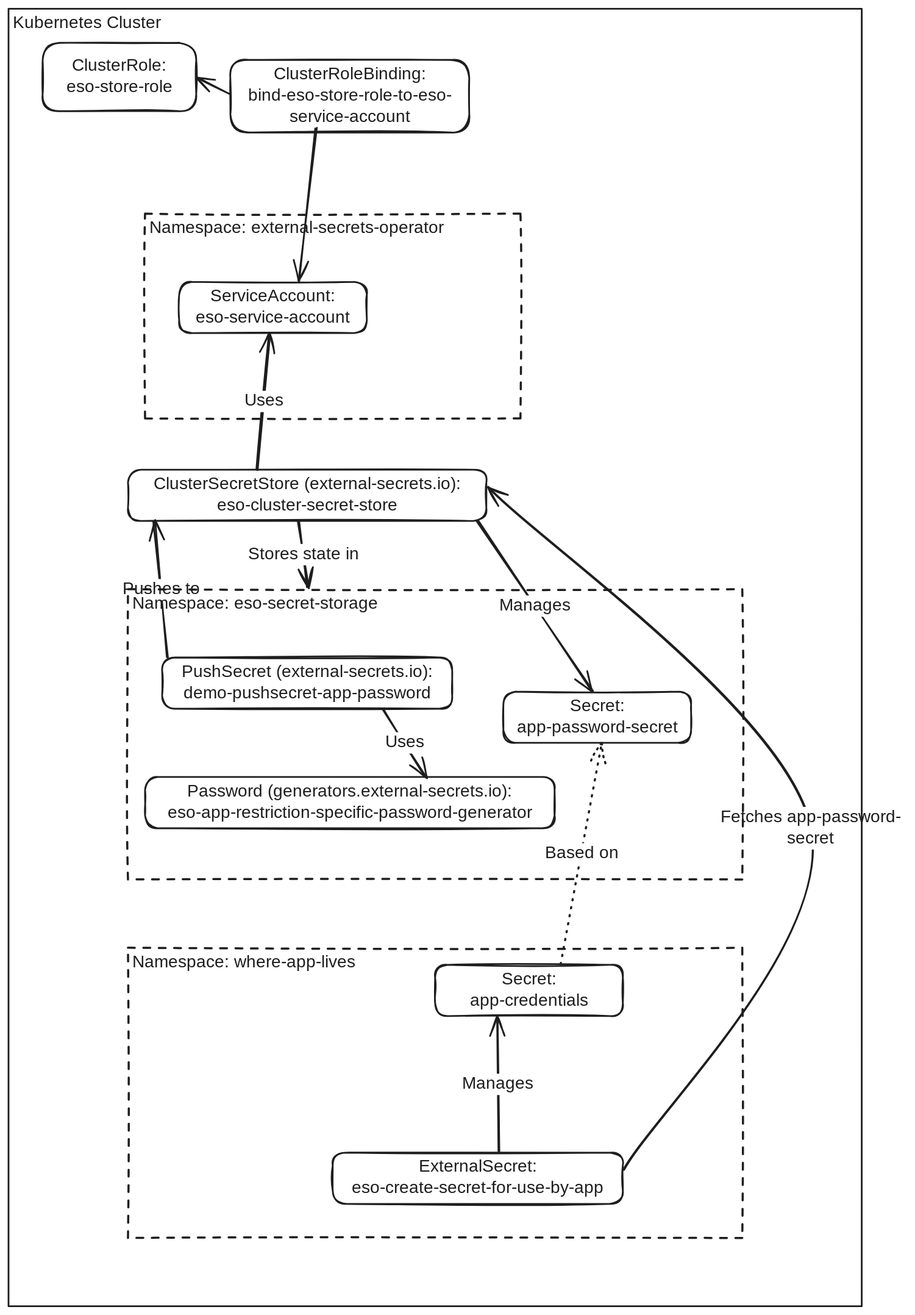
This is BlogPosts/DynamicSecretsUsingExternalSecretsOperator/EsoInClusterSecrets.excalidraw.svg from NorskHelsenett/DevBlog, a Excalidraw export, as it was before one commit. Source tidied: one line per element, renumbered; positions are measured from the earlier drawing's top-left corner, leaving out a move shared by most shapes.
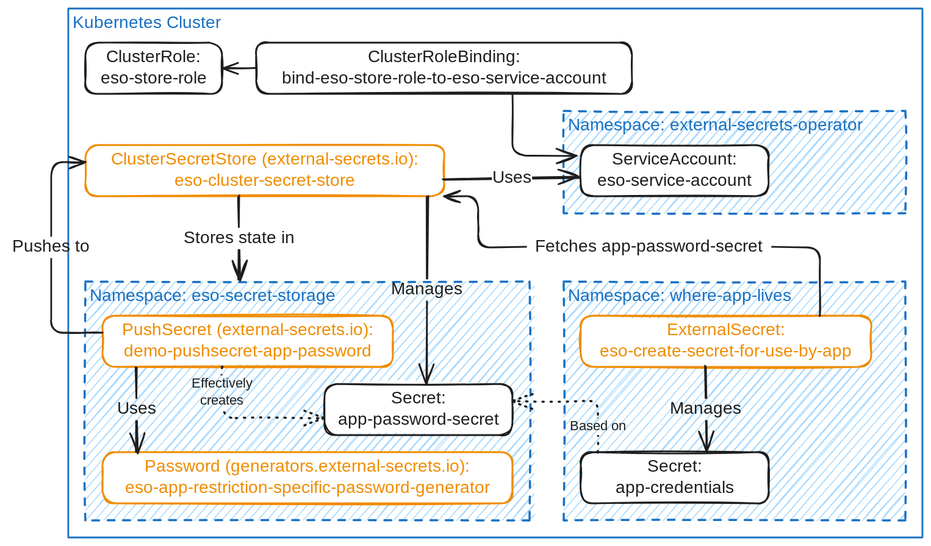
After the change.

Commit message:
BlogPost DynamicSecrets: finalize illustration

The edit, as a diff of the source:
```diff
@@ -1,44 +1,46 @@
-{"id": 0, "type": "rectangle", "strokeColor": "#1e1e1e", "strokeWidth": 2, "roughness": 1, "x": 0, "y": 0, "width": 1000, "height": 1520}
+{"id": 0, "type": "rectangle", "strokeColor": "#1971c2", "strokeWidth": 2, "roughness": 1, "x": 20, "y": 60, "width": 1000, "height": 620}
-{"id": 1, "type": "text", "text": "Kubernetes Cluster", "strokeColor": "#1e1e1e", "strokeWidth": 2, "roughness": 1, "fontSize": 20, "fontFamily": 5, "inside": 0, "x": 5, "y": 5, "width": 184, "height": 25}
+{"id": 1, "type": "text", "text": "Kubernetes Cluster", "strokeColor": "#1971c2", "strokeWidth": 2, "roughness": 1, "fontSize": 20, "fontFamily": 5, "inside": 0, "x": 25, "y": 65, "width": 184, "height": 25}
-{"id": 2, "type": "rectangle", "strokeColor": "#1e1e1e", "strokeWidth": 2, "roughness": 1, "round": true, "x": 40, "y": 40, "width": 180, "height": 80}
+{"id": 2, "type": "rectangle", "strokeColor": "#1e1e1e", "backgroundColor": "#ffffff", "fillStyle": "solid", "strokeWidth": 2, "roughness": 1, "round": true, "x": 40, "y": 100, "width": 160, "height": 60}
-{"id": 3, "type": "text", "text": "ClusterRole:\neso-store-role", "strokeColor": "#1e1e1e", "strokeWidth": 2, "roughness": 1, "fontSize": 20, "fontFamily": 5, "textAlign": "center", "verticalAlign": "middle", "inside": 2, "x": 61, "y": 55, "width": 138, "height": 50}
+{"id": 3, "type": "text", "text": "ClusterRole:\neso-store-role", "strokeColor": "#1e1e1e", "strokeWidth": 2, "roughness": 1, "fontSize": 20, "fontFamily": 5, "textAlign": "center", "verticalAlign": "middle", "inside": 2, "x": 51, "y": 105, "width": 138, "height": 50}
-{"id": 4, "type": "rectangle", "strokeColor": "#1e1e1e", "strokeWidth": 2, "strokeStyle": "dashed", "roughness": 1, "x": 160, "y": 240, "width": 440, "height": 240}
+{"id": 4, "type": "rectangle", "strokeColor": "#1971c2", "backgroundColor": "#a5d8ff", "fillStyle": "hachure", "strokeWidth": 2, "strokeStyle": "dashed", "roughness": 1, "x": 600, "y": 180, "width": 400, "height": 120}
-{"id": 5, "type": "text", "text": "Namespace: external-secrets-operator", "strokeColor": "#1e1e1e", "strokeWidth": 2, "roughness": 1, "fontSize": 20, "fontFamily": 5, "inside": 4, "x": 165, "y": 245, "width": 366, "height": 25}
+{"id": 5, "type": "text", "text": "Namespace: external-secrets-operator", "strokeColor": "#1971c2", "strokeWidth": 2, "roughness": 1, "fontSize": 20, "fontFamily": 5, "inside": 4, "x": 605, "y": 185, "width": 366, "height": 25}
-{"id": 6, "type": "rectangle", "strokeColor": "#1e1e1e", "strokeWidth": 2, "roughness": 1, "round": true, "x": 200, "y": 320, "width": 220, "height": 60}
+{"id": 6, "type": "rectangle", "strokeColor": "#1e1e1e", "backgroundColor": "#ffffff", "fillStyle": "solid", "strokeWidth": 2, "roughness": 1, "round": true, "x": 620, "y": 220, "width": 220, "height": 60}
-{"id": 7, "type": "text", "text": "ServiceAccount:\neso-service-account", "strokeColor": "#1e1e1e", "strokeWidth": 2, "roughness": 1, "fontSize": 20, "fontFamily": 5, "textAlign": "center", "verticalAlign": "middle", "inside": 6, "x": 214, "y": 325, "width": 192, "height": 50}
+{"id": 7, "type": "text", "text": "ServiceAccount:\neso-service-account", "strokeColor": "#1e1e1e", "strokeWidth": 2, "roughness": 1, "fontSize": 20, "fontFamily": 5, "textAlign": "center", "verticalAlign": "middle", "inside": 6, "x": 634, "y": 225, "width": 192, "height": 50}
-{"id": 8, "type": "rectangle", "strokeColor": "#1e1e1e", "strokeWidth": 2, "roughness": 1, "round": true, "x": 260, "y": 60, "width": 280, "height": 85}
+{"id": 8, "type": "rectangle", "strokeColor": "#1e1e1e", "backgroundColor": "#ffffff", "fillStyle": "solid", "strokeWidth": 2, "roughness": 1, "round": true, "x": 240, "y": 100, "width": 440, "height": 60}
-{"id": 9, "type": "text", "text": "ClusterRoleBinding:\nbind-eso-store-role-to-eso-\nservice-account", "strokeColor": "#1e1e1e", "strokeWidth": 2, "roughness": 1, "fontSize": 20, "fontFamily": 5, "textAlign": "center", "verticalAlign": "middle", "inside": 8, "x": 267, "y": 65, "width": 266, "height": 75}
+{"id": 9, "type": "text", "text": "ClusterRoleBinding:\nbind-eso-store-role-to-eso-service-account", "strokeColor": "#1e1e1e", "strokeWidth": 2, "roughness": 1, "fontSize": 20, "fontFamily": 5, "textAlign": "center", "verticalAlign": "middle", "inside": 8, "x": 252, "y": 105, "width": 417, "height": 50}
+{"id": 12, "type": "rectangle", "strokeColor": "#1971c2", "backgroundColor": "#a5d8ff", "fillStyle": "hachure", "strokeWidth": 2, "strokeStyle": "dashed", "roughness": 1, "x": 40, "y": 380, "width": 520, "height": 280}
+{"id": 13, "type": "text", "text": "Namespace: eso-secret-storage", "strokeColor": "#1971c2", "strokeWidth": 2, "roughness": 1, "fontSize": 20, "fontFamily": 5, "inside": 12, "x": 45, "y": 385, "width": 301, "height": 25}
-{"id": 10, "type": "rectangle", "strokeColor": "#1e1e1e", "strokeWidth": 2, "roughness": 1, "round": true, "x": 140, "y": 540, "width": 420, "height": 60}
+{"id": 10, "type": "rectangle", "strokeColor": "#f08c00", "backgroundColor": "#ffffff", "fillStyle": "solid", "strokeWidth": 2, "roughness": 1, "round": true, "x": 40, "y": 220, "width": 420, "height": 60}
-{"id": 11, "type": "text", "text": "ClusterSecretStore (external-secrets.io):\neso-cluster-secret-store", "strokeColor": "#1e1e1e", "strokeWidth": 2, "roughness": 1, "fontSize": 20, "fontFamily": 5, "textAlign": "center", "verticalAlign": "middle", "inside": 10, "x": 151, "y": 545, "width": 398, "height": 50}
+{"id": 11, "type": "text", "text": "ClusterSecretStore (external-secrets.io):\neso-cluster-secret-store", "strokeColor": "#f08c00", "strokeWidth": 2, "roughness": 1, "fontSize": 20, "fontFamily": 5, "textAlign": "center", "verticalAlign": "middle", "inside": 10, "x": 51, "y": 225, "width": 398, "height": 50}
-{"id": 12, "type": "rectangle", "strokeColor": "#1e1e1e", "strokeWidth": 2, "strokeStyle": "dashed", "roughness": 1, "x": 140, "y": 680, "width": 720, "height": 340}
-{"id": 13, "type": "text", "text": "Namespace: eso-secret-storage", "strokeColor": "#1e1e1e", "strokeWidth": 2, "roughness": 1, "fontSize": 20, "fontFamily": 5, "inside": 12, "x": 145, "y": 685, "width": 301, "height": 25}
-{"id": 14, "type": "arrow", "strokeColor": "#1e1e1e", "strokeWidth": 2, "roughness": 1, "endArrowhead": "arrow", "round": true, "from": 8, "to": 2, "x": 260, "y": 100, "width": 40, "height": 20, "points": [[0, 0], [-40, -20]]}
+{"id": 14, "type": "arrow", "strokeColor": "#1e1e1e", "strokeWidth": 2, "roughness": 1, "endArrowhead": "arrow", "round": true, "from": 8, "to": 2, "x": 239, "y": 129, "width": 38, "height": 0, "points": [[0, 0], [-38, 0]]}
-{"id": 15, "type": "arrow", "strokeColor": "#1e1e1e", "strokeWidth": 2, "roughness": 1, "endArrowhead": "arrow", "round": true, "from": 8, "to": 6, "x": 360, "y": 140, "width": 20, "height": 180, "points": [[0, 0], [-20, 180]]}
+{"id": 15, "type": "arrow", "strokeColor": "#1e1e1e", "strokeWidth": 2, "roughness": 1, "endArrowhead": "arrow", "from": 8, "to": 6, "x": 540, "y": 160, "width": 75, "height": 73, "points": [[0, 0], [0, 0], [0, 73], [75, 73]]}
-{"id": 16, "type": "arrow", "strokeColor": "#1e1e1e", "strokeWidth": 2, "roughness": 1, "endArrowhead": "arrow", "round": true, "from": 10, "to": 6, "x": 292, "y": 540, "width": 15, "height": 160, "points": [[0, 0], [15, -160]]}
+{"id": 16, "type": "arrow", "strokeColor": "#1e1e1e", "strokeWidth": 2, "roughness": 1, "endArrowhead": "arrow", "round": true, "from": 10, "to": 6, "x": 460, "y": 260, "width": 159, "height": 2, "points": [[0, 0], [159, -2]]}
-{"id": 17, "type": "text", "text": "Uses", "strokeColor": "#1e1e1e", "strokeWidth": 2, "roughness": 1, "fontSize": 20, "fontFamily": 5, "textAlign": "center", "verticalAlign": "middle", "inside": 16, "x": 246, "y": 458, "width": 47, "height": 25}
+{"id": 17, "type": "text", "text": "Uses", "strokeColor": "#1e1e1e", "strokeWidth": 2, "roughness": 1, "fontSize": 20, "fontFamily": 5, "textAlign": "center", "verticalAlign": "middle", "inside": 16, "x": 276, "y": 448, "width": 47, "height": 25}
-{"id": 18, "type": "arrow", "strokeColor": "#1e1e1e", "strokeWidth": 2, "roughness": 1, "endArrowhead": "arrow", "round": true, "from": 10, "to": 12, "x": 340, "y": 600, "width": 10, "height": 79, "points": [[0, 0], [10, 79]]}
+{"id": 18, "type": "arrow", "strokeColor": "#1e1e1e", "strokeWidth": 2, "roughness": 1, "endArrowhead": "arrow", "round": true, "from": 10, "to": 12, "x": 220, "y": 280, "width": 0, "height": 99, "points": [[0, 0], [0, 99]]}
-{"id": 19, "type": "text", "text": "Stores state in", "strokeColor": "#1e1e1e", "strokeWidth": 2, "roughness": 1, "fontSize": 20, "fontFamily": 5, "textAlign": "center", "verticalAlign": "middle", "inside": 18, "x": 225, "y": 639, "width": 152, "height": 25}
+{"id": 19, "type": "text", "text": "Stores state in", "strokeColor": "#1e1e1e", "strokeWidth": 2, "roughness": 1, "fontSize": 20, "fontFamily": 5, "textAlign": "center", "verticalAlign": "middle", "inside": 18, "x": 270, "y": 627, "width": 152, "height": 25}
-{"id": 20, "type": "rectangle", "strokeColor": "#1e1e1e", "strokeWidth": 2, "roughness": 1, "round": true, "x": 160, "y": 900, "width": 480, "height": 60}
+{"id": 20, "type": "rectangle", "strokeColor": "#f08c00", "backgroundColor": "#ffffff", "fillStyle": "solid", "strokeWidth": 2, "roughness": 1, "round": true, "x": 60, "y": 580, "width": 480, "height": 60}
-{"id": 21, "type": "text", "text": "Password (generators.external-secrets.io):\neso-app-restriction-specific-password-generator", "strokeColor": "#1e1e1e", "strokeWidth": 2, "roughness": 1, "fontSize": 20, "fontFamily": 5, "textAlign": "center", "verticalAlign": "middle", "inside": 20, "x": 167, "y": 905, "width": 466, "height": 50}
+{"id": 21, "type": "text", "text": "Password (generators.external-secrets.io):\neso-app-restriction-specific-password-generator", "strokeColor": "#f08c00", "strokeWidth": 2, "roughness": 1, "fontSize": 20, "fontFamily": 5, "textAlign": "center", "verticalAlign": "middle", "inside": 20, "x": 67, "y": 585, "width": 466, "height": 50}
-{"id": 22, "type": "rectangle", "strokeColor": "#1e1e1e", "strokeWidth": 2, "roughness": 1, "round": true, "x": 180, "y": 760, "width": 340, "height": 60}
+{"id": 22, "type": "rectangle", "strokeColor": "#f08c00", "backgroundColor": "#ffffff", "fillStyle": "solid", "strokeWidth": 2, "roughness": 1, "round": true, "x": 60, "y": 420, "width": 340, "height": 60}
-{"id": 23, "type": "text", "text": "PushSecret (external-secrets.io):\ndemo-pushsecret-app-password", "strokeColor": "#1e1e1e", "strokeWidth": 2, "roughness": 1, "fontSize": 20, "fontFamily": 5, "textAlign": "center", "verticalAlign": "middle", "inside": 22, "x": 189, "y": 765, "width": 322, "height": 50}
+{"id": 23, "type": "text", "text": "PushSecret (external-secrets.io):\ndemo-pushsecret-app-password", "strokeColor": "#f08c00", "strokeWidth": 2, "roughness": 1, "fontSize": 20, "fontFamily": 5, "textAlign": "center", "verticalAlign": "middle", "inside": 22, "x": 69, "y": 425, "width": 322, "height": 50}
-{"id": 24, "type": "arrow", "strokeColor": "#1e1e1e", "strokeWidth": 2, "roughness": 1, "endArrowhead": "arrow", "round": true, "from": 22, "to": 20, "x": 440, "y": 820, "width": 50, "height": 80, "points": [[0, 0], [50, 80]]}
+{"id": 24, "type": "arrow", "strokeColor": "#1e1e1e", "strokeWidth": 2, "roughness": 1, "endArrowhead": "arrow", "round": true, "from": 22, "to": 20, "x": 100, "y": 480, "width": 0, "height": 100, "points": [[0, 0], [0, 100]]}
-{"id": 25, "type": "text", "text": "Uses", "strokeColor": "#1e1e1e", "strokeWidth": 2, "roughness": 1, "fontSize": 20, "fontFamily": 5, "textAlign": "center", "verticalAlign": "middle", "inside": 24, "x": 336, "y": 838, "width": 47, "height": 25}
+{"id": 25, "type": "text", "text": "Uses", "strokeColor": "#1e1e1e", "strokeWidth": 2, "roughness": 1, "fontSize": 20, "fontFamily": 5, "textAlign": "center", "verticalAlign": "middle", "inside": 24, "x": 198, "y": 517, "width": 47, "height": 25}
-{"id": 26, "type": "arrow", "strokeColor": "#1e1e1e", "strokeWidth": 2, "roughness": 1, "endArrowhead": "arrow", "round": true, "from": 22, "to": 10, "x": 187, "y": 761, "width": 16, "height": 161, "points": [[0, 0], [-16, -161]]}
+{"id": 26, "type": "arrow", "strokeColor": "#1e1e1e", "strokeWidth": 2, "roughness": 1, "endArrowhead": "arrow", "from": 22, "to": 10, "x": 60, "y": 440, "width": 60, "height": 200, "points": [[0, 0], [-60, 0], [-60, -200], [-20, -200]]}
-{"id": 27, "type": "text", "text": "Pushes to", "strokeColor": "#1e1e1e", "strokeWidth": 2, "roughness": 1, "fontSize": 20, "fontFamily": 5, "textAlign": "center", "verticalAlign": "middle", "inside": 26, "x": 160, "y": 748, "width": 100, "height": 25}
+{"id": 27, "type": "text", "text": "Pushes to", "strokeColor": "#1e1e1e", "strokeWidth": 2, "roughness": 1, "fontSize": 20, "fontFamily": 5, "textAlign": "center", "verticalAlign": "middle", "inside": 26, "x": 129, "y": 668, "width": 100, "height": 25}
-{"id": 28, "type": "rectangle", "strokeColor": "#1e1e1e", "strokeWidth": 2, "roughness": 1, "round": true, "x": 580, "y": 800, "width": 220, "height": 60}
+{"id": 28, "type": "rectangle", "strokeColor": "#1e1e1e", "backgroundColor": "#ffffff", "fillStyle": "solid", "strokeWidth": 2, "roughness": 1, "round": true, "x": 320, "y": 500, "width": 220, "height": 60}
-{"id": 29, "type": "text", "text": "Secret:\napp-password-secret", "strokeColor": "#1e1e1e", "strokeWidth": 2, "roughness": 1, "fontSize": 20, "fontFamily": 5, "textAlign": "center", "verticalAlign": "middle", "inside": 28, "x": 590, "y": 805, "width": 201, "height": 50}
+{"id": 29, "type": "text", "text": "Secret:\napp-password-secret", "strokeColor": "#1e1e1e", "strokeWidth": 2, "roughness": 1, "fontSize": 20, "fontFamily": 5, "textAlign": "center", "verticalAlign": "middle", "inside": 28, "x": 330, "y": 505, "width": 201, "height": 50}
+{"id": 32, "type": "rectangle", "strokeColor": "#1971c2", "backgroundColor": "#a5d8ff", "fillStyle": "hachure", "strokeWidth": 2, "strokeStyle": "dashed", "roughness": 1, "x": 600, "y": 380, "width": 400, "height": 280}
+{"id": 33, "type": "text", "text": "Namespace: where-app-lives", "strokeColor": "#1971c2", "strokeWidth": 2, "roughness": 1, "fontSize": 20, "fontFamily": 5, "inside": 32, "x": 605, "y": 385, "width": 260, "height": 25}
-{"id": 30, "type": "arrow", "strokeColor": "#1e1e1e", "strokeWidth": 2, "roughness": 1, "endArrowhead": "arrow", "round": true, "from": 10, "to": 28, "x": 549, "y": 600, "width": 136, "height": 200, "points": [[0, 0], [136, 200]]}
+{"id": 30, "type": "arrow", "strokeColor": "#1e1e1e", "strokeWidth": 2, "roughness": 1, "endArrowhead": "arrow", "round": true, "from": 10, "to": 28, "x": 440, "y": 280, "width": 0, "height": 220, "points": [[0, 0], [0, 220]]}
-{"id": 31, "type": "text", "text": "Manages", "strokeColor": "#1e1e1e", "strokeWidth": 2, "roughness": 1, "fontSize": 20, "fontFamily": 5, "textAlign": "center", "verticalAlign": "middle", "inside": 30, "x": 499, "y": 728, "width": 82, "height": 25}
+{"id": 31, "type": "text", "text": "Manages", "strokeColor": "#1e1e1e", "strokeWidth": 2, "roughness": 1, "fontSize": 20, "fontFamily": 5, "textAlign": "center", "verticalAlign": "middle", "inside": 30, "x": 390, "y": 357, "width": 82, "height": 25}
-{"id": 32, "type": "rectangle", "strokeColor": "#1e1e1e", "strokeWidth": 2, "strokeStyle": "dashed", "roughness": 1, "x": 140, "y": 1100, "width": 720, "height": 340}
-{"id": 33, "type": "text", "text": "Namespace: where-app-lives", "strokeColor": "#1e1e1e", "strokeWidth": 2, "roughness": 1, "fontSize": 20, "fontFamily": 5, "inside": 32, "x": 145, "y": 1105, "width": 260, "height": 25}
-{"id": 34, "type": "rectangle", "strokeColor": "#1e1e1e", "strokeWidth": 2, "roughness": 1, "round": true, "x": 380, "y": 1340, "width": 340, "height": 60}
+{"id": 34, "type": "rectangle", "strokeColor": "#f08c00", "backgroundColor": "#ffffff", "fillStyle": "solid", "strokeWidth": 2, "roughness": 1, "round": true, "x": 620, "y": 420, "width": 340, "height": 60}
-{"id": 35, "type": "text", "text": "ExternalSecret:\neso-create-secret-for-use-by-app", "strokeColor": "#1e1e1e", "strokeWidth": 2, "roughness": 1, "fontSize": 20, "fontFamily": 5, "textAlign": "center", "verticalAlign": "middle", "inside": 34, "x": 388, "y": 1345, "width": 324, "height": 50}
+{"id": 35, "type": "text", "text": "ExternalSecret:\neso-create-secret-for-use-by-app", "strokeColor": "#f08c00", "strokeWidth": 2, "roughness": 1, "fontSize": 20, "fontFamily": 5, "textAlign": "center", "verticalAlign": "middle", "inside": 34, "x": 628, "y": 425, "width": 324, "height": 50}
-{"id": 36, "type": "rectangle", "strokeColor": "#1e1e1e", "strokeWidth": 2, "roughness": 1, "round": true, "x": 500, "y": 1120, "width": 220, "height": 60}
+{"id": 36, "type": "rectangle", "strokeColor": "#1e1e1e", "backgroundColor": "#ffffff", "fillStyle": "solid", "strokeWidth": 2, "roughness": 1, "round": true, "x": 620, "y": 580, "width": 220, "height": 60}
-{"id": 37, "type": "text", "text": "Secret:\napp-credentials", "strokeColor": "#1e1e1e", "strokeWidth": 2, "roughness": 1, "fontSize": 20, "fontFamily": 5, "textAlign": "center", "verticalAlign": "middle", "inside": 36, "x": 537, "y": 1125, "width": 146, "height": 50}
+{"id": 37, "type": "text", "text": "Secret:\napp-credentials", "strokeColor": "#1e1e1e", "strokeWidth": 2, "roughness": 1, "fontSize": 20, "fontFamily": 5, "textAlign": "center", "verticalAlign": "middle", "inside": 36, "x": 657, "y": 585, "width": 146, "height": 50}
-{"id": 38, "type": "arrow", "strokeColor": "#1e1e1e", "strokeWidth": 2, "roughness": 1, "endArrowhead": "arrow", "round": true, "from": 34, "to": 36, "x": 574, "y": 1340, "width": 2, "height": 160, "points": [[0, 0], [-2, -160]]}
+{"id": 38, "type": "arrow", "strokeColor": "#1e1e1e", "strokeWidth": 2, "roughness": 1, "endArrowhead": "arrow", "round": true, "from": 34, "to": 36, "x": 766, "y": 480, "width": 2, "height": 100, "points": [[0, 0], [2, 100]]}
-{"id": 39, "type": "text", "text": "Manages", "strokeColor": "#1e1e1e", "strokeWidth": 2, "roughness": 1, "fontSize": 20, "fontFamily": 5, "textAlign": "center", "verticalAlign": "middle", "inside": 38, "x": 589, "y": 1298, "width": 82, "height": 25}
+{"id": 39, "type": "text", "text": "Manages", "strokeColor": "#1e1e1e", "strokeWidth": 2, "roughness": 1, "fontSize": 20, "fontFamily": 5, "textAlign": "center", "verticalAlign": "middle", "inside": 38, "x": 533, "y": 1248, "width": 82, "height": 25}
-{"id": 40, "type": "arrow", "strokeColor": "#1e1e1e", "strokeWidth": 2, "roughness": 1, "endArrowhead": "arrow", "round": true, "from": 34, "to": 10, "x": 721, "y": 1360, "width": 379, "height": 799, "points": [[0, 0], [219, -400], [-160, -799]]}
+{"id": 40, "type": "arrow", "strokeColor": "#1e1e1e", "strokeWidth": 2, "roughness": 1, "endArrowhead": "arrow", "from": 34, "to": 10, "x": 900, "y": 420, "width": 440, "height": 140, "points": [[0, 0], [0, 0], [0, -80], [-400, -80], [-400, -140], [-440, -140]]}
-{"id": 41, "type": "text", "text": "Fetches app-password-\nsecret", "strokeColor": "#1e1e1e", "strokeWidth": 2, "roughness": 1, "fontSize": 20, "fontFamily": 5, "textAlign": "center", "verticalAlign": "middle", "inside": 40, "x": 491, "y": 1066, "width": 225, "height": 50}
+{"id": 41, "type": "text", "text": "Fetches app-password-secret", "strokeColor": "#1e1e1e", "strokeWidth": 2, "roughness": 1, "fontSize": 20, "fontFamily": 5, "textAlign": "center", "verticalAlign": "middle", "inside": 40, "x": 457, "y": 295, "width": 286, "height": 25}
-{"id": 42, "type": "arrow", "strokeColor": "#1e1e1e", "strokeWidth": 2, "strokeStyle": "dotted", "roughness": 1, "endArrowhead": "arrow", "round": true, "from": 36, "to": 28, "x": 648, "y": 1120, "width": 48, "height": 259, "points": [[0, 0], [48, -259]]}
+{"id": 42, "type": "arrow", "strokeColor": "#1e1e1e", "strokeWidth": 2, "strokeStyle": "dotted", "roughness": 1, "endArrowhead": "arrow", "from": 36, "to": 28, "x": 640, "y": 580, "width": 100, "height": 60, "points": [[0, 0], [0, 0], [0, -60], [-100, -60]]}
-{"id": 43, "type": "text", "text": "Based on", "strokeColor": "#1e1e1e", "strokeWidth": 2, "strokeStyle": "dotted", "roughness": 1, "fontSize": 20, "fontFamily": 5, "textAlign": "center", "verticalAlign": "middle", "inside": 42, "x": 695, "y": 1139, "width": 91, "height": 25}
+{"id": 43, "type": "text", "text": "Based on", "strokeColor": "#1e1e1e", "strokeWidth": 2, "strokeStyle": "dotted", "roughness": 1, "fontSize": 16, "fontFamily": 5, "textAlign": "center", "verticalAlign": "middle", "inside": 42, "x": 604, "y": 540, "width": 73, "height": 20}
+{"id": 44, "type": "arrow", "strokeColor": "#1e1e1e", "backgroundColor": "#ffffff", "fillStyle": "hachure", "strokeWidth": 2, "strokeStyle": "dotted", "roughness": 1, "endArrowhead": "arrow", "from": 22, "to": 28, "x": 200, "y": 480, "width": 120, "height": 60, "points": [[0, 0], [0, 0], [0, 60], [120, 60]]}
+{"id": 45, "type": "text", "text": "Effectively\ncreates", "strokeColor": "#1e1e1e", "backgroundColor": "#ffffff", "fillStyle": "hachure", "strokeWidth": 2, "strokeStyle": "dotted", "roughness": 1, "fontSize": 16, "fontFamily": 5, "textAlign": "center", "verticalAlign": "middle", "inside": 44, "x": 158, "y": 490, "width": 84, "height": 40}
```
